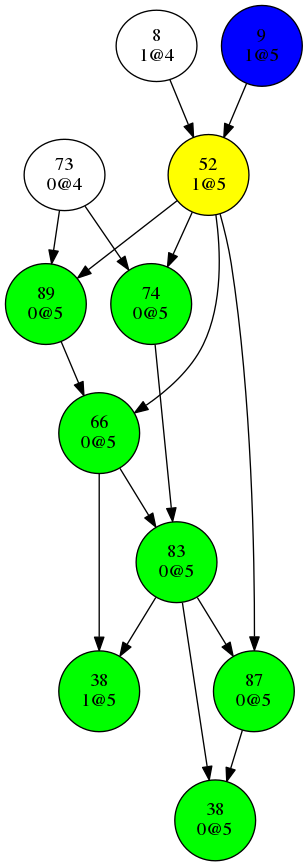
Earlier version of the Graphviz export dev/bin/conflictGraph0.png (Oxmose/SATSolver). Its source is kept beside it as dev/bin/conflictGraph0.dot.
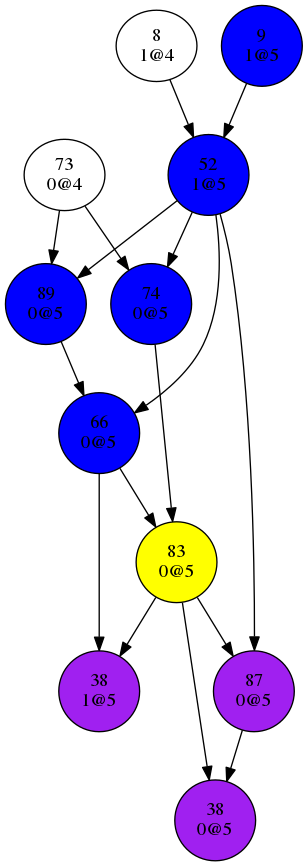
The same file after the commit.

What changed in the source:
```diff
@@ -54,19 +54,19 @@
 "9
 1@5"[shape=circle, style=filled, fillcolor=blue];
 "38
-0@5"[shape=circle, style=filled, fillcolor=green];
+0@5"[shape=circle, style=filled, fillcolor=purple];
 "38
-1@5"[shape=circle, style=filled, fillcolor=green];
+1@5"[shape=circle, style=filled, fillcolor=purple];
 "52
-1@5"[shape=circle, style=filled, fillcolor=yellow];
+1@5"[shape=circle, style=filled, fillcolor=blue];
 "66
-0@5"[shape=circle, style=filled, fillcolor=green];
+0@5"[shape=circle, style=filled, fillcolor=blue];
 "74
-0@5"[shape=circle, style=filled, fillcolor=green];
+0@5"[shape=circle, style=filled, fillcolor=blue];
 "83
-0@5"[shape=circle, style=filled, fillcolor=green];
+0@5"[shape=circle, style=filled, fillcolor=yellow];
 "87
-0@5"[shape=circle, style=filled, fillcolor=green];
+0@5"[shape=circle, style=filled, fillcolor=purple];
 "89
-0@5"[shape=circle, style=filled, fillcolor=green];
+0@5"[shape=circle, style=filled, fillcolor=blue];
 }
```
